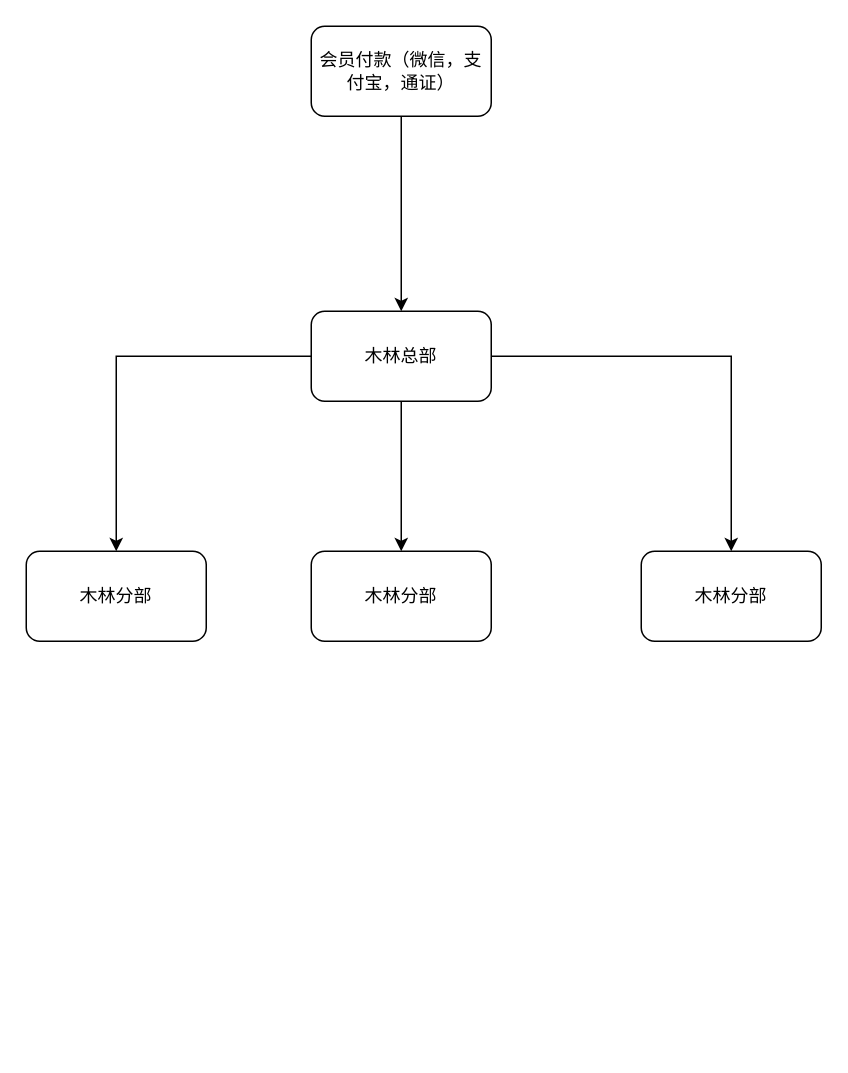
This is loobool/木林现金财务流程.drawio from xiaoxijin/draw, a draw.io file, before an edit. Source tidied: cells renumbered, new cells numbered last; positions are measured from the earlier drawing's top-left corner, leaving out a move shared by most shapes. Both pictures are drawn from the tidied source at 150%, with x=0, y=0 at pixel (26, 26).
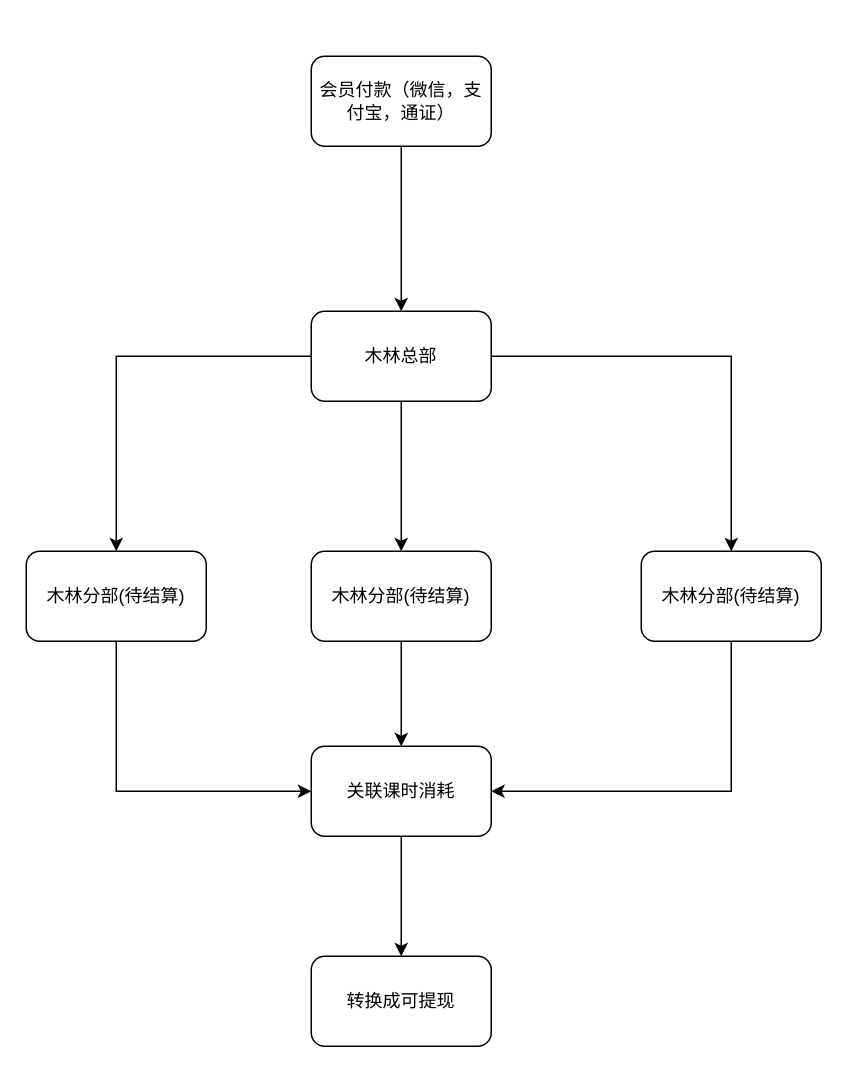
After the change.

Commit message:
Update 木林现金财务流程.drawio

Change to the diagram source:
```diff
@@
 <mxGraphModel>
   <root>
     <mxCell id="0" />
     <mxCell id="1" parent="0" />
     <mxCell id="2" style="edgeStyle=orthogonalEdgeStyle;rounded=0;jettySize=auto;html=1;" parent="1" edge="1" source="3" target="7">
       <mxGeometry relative="1" as="geometry" />
     </mxCell>
     <mxCell id="3" value="会员付款（微信，支付宝，通证）" style="rounded=1;whiteSpace=wrap;html=1;" parent="1" vertex="1">
-      <mxGeometry x="190" width="120" height="60" as="geometry" />
+      <mxGeometry x="190" y="20" width="120" height="60" as="geometry" />
     </mxCell>
     <mxCell id="4" style="edgeStyle=orthogonalEdgeStyle;rounded=0;jettySize=auto;html=1;" parent="1" edge="1" source="7" target="10">
       <mxGeometry relative="1" as="geometry" />
     </mxCell>
     <mxCell id="5" style="edgeStyle=orthogonalEdgeStyle;rounded=0;jettySize=auto;html=1;" parent="1" edge="1" source="7" target="9">
       <mxGeometry relative="1" as="geometry" />
     </mxCell>
     <mxCell id="6" style="edgeStyle=orthogonalEdgeStyle;rounded=0;jettySize=auto;html=1;" parent="1" edge="1" source="7" target="8">
       <mxGeometry relative="1" as="geometry" />
     </mxCell>
     <mxCell id="7" value="木林总部" style="rounded=1;whiteSpace=wrap;html=1;" parent="1" vertex="1">
       <mxGeometry x="190" y="190" width="120" height="60" as="geometry" />
     </mxCell>
+    <mxCell id="11" style="edgeStyle=orthogonalEdgeStyle;rounded=0;jettySize=auto;html=1;entryX=1;entryY=0.5;entryDx=0;entryDy=0;exitX=0.5;exitY=1;exitDx=0;exitDy=0;" parent="1" edge="1" source="8" target="15">
+      <mxGeometry relative="1" as="geometry" />
+    </mxCell>
-    <mxCell id="8" value="木林分部" style="rounded=1;whiteSpace=wrap;html=1;" parent="1" vertex="1">
+    <mxCell id="8" value="木林分部(待结算)" style="rounded=1;whiteSpace=wrap;html=1;" parent="1" vertex="1">
       <mxGeometry x="410" y="350" width="120" height="60" as="geometry" />
     </mxCell>
+    <mxCell id="12" style="edgeStyle=orthogonalEdgeStyle;rounded=0;jettySize=auto;html=1;" parent="1" edge="1" source="9" target="15">
+      <mxGeometry relative="1" as="geometry" />
+    </mxCell>
-    <mxCell id="9" value="木林分部" style="rounded=1;whiteSpace=wrap;html=1;" parent="1" vertex="1">
+    <mxCell id="9" value="木林分部(待结算)" style="rounded=1;whiteSpace=wrap;html=1;" parent="1" vertex="1">
       <mxGeometry x="190" y="350" width="120" height="60" as="geometry" />
     </mxCell>
+    <mxCell id="13" style="edgeStyle=orthogonalEdgeStyle;rounded=0;jettySize=auto;html=1;entryX=0;entryY=0.5;entryDx=0;entryDy=0;exitX=0.5;exitY=1;exitDx=0;exitDy=0;" parent="1" edge="1" source="10" target="15">
+      <mxGeometry relative="1" as="geometry" />
+    </mxCell>
-    <mxCell id="10" value="木林分部" style="rounded=1;whiteSpace=wrap;html=1;" parent="1" vertex="1">
+    <mxCell id="10" value="木林分部(待结算)" style="rounded=1;whiteSpace=wrap;html=1;" parent="1" vertex="1">
       <mxGeometry y="350" width="120" height="60" as="geometry" />
     </mxCell>
+    <mxCell id="14" style="edgeStyle=orthogonalEdgeStyle;rounded=0;jettySize=auto;html=1;" parent="1" edge="1" source="15" target="16">
+      <mxGeometry relative="1" as="geometry" />
+    </mxCell>
+    <mxCell id="15" value="关联课时消耗" style="rounded=1;whiteSpace=wrap;html=1;" parent="1" vertex="1">
+      <mxGeometry x="190" y="480" width="120" height="60" as="geometry" />
+    </mxCell>
+    <mxCell id="16" value="转换成可提现" style="rounded=1;whiteSpace=wrap;html=1;" parent="1" vertex="1">
+      <mxGeometry x="190" y="620" width="120" height="60" as="geometry" />
+    </mxCell>
   </root>
 </mxGraphModel>
```
